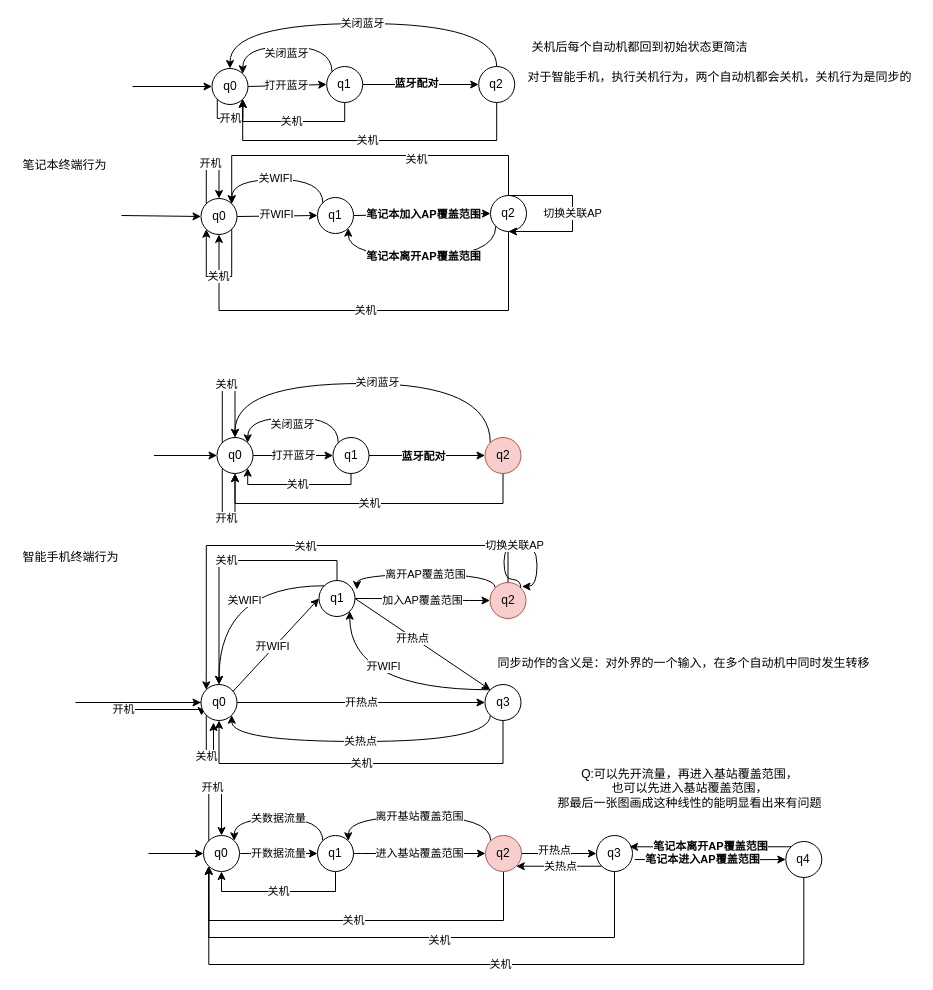
Above: page "方法四：有限状态机" (1 of 8) of 时间自动机.drawio in Icarus1994/neutron_conf (draw.io), before the change. Source tidied: cells renumbered, new cells numbered last; positions are measured from the earlier drawing's top-left corner, leaving out a move shared by most shapes. Both pictures are drawn from the tidied source at 100%, with x=0, y=0 at pixel (17, 23).
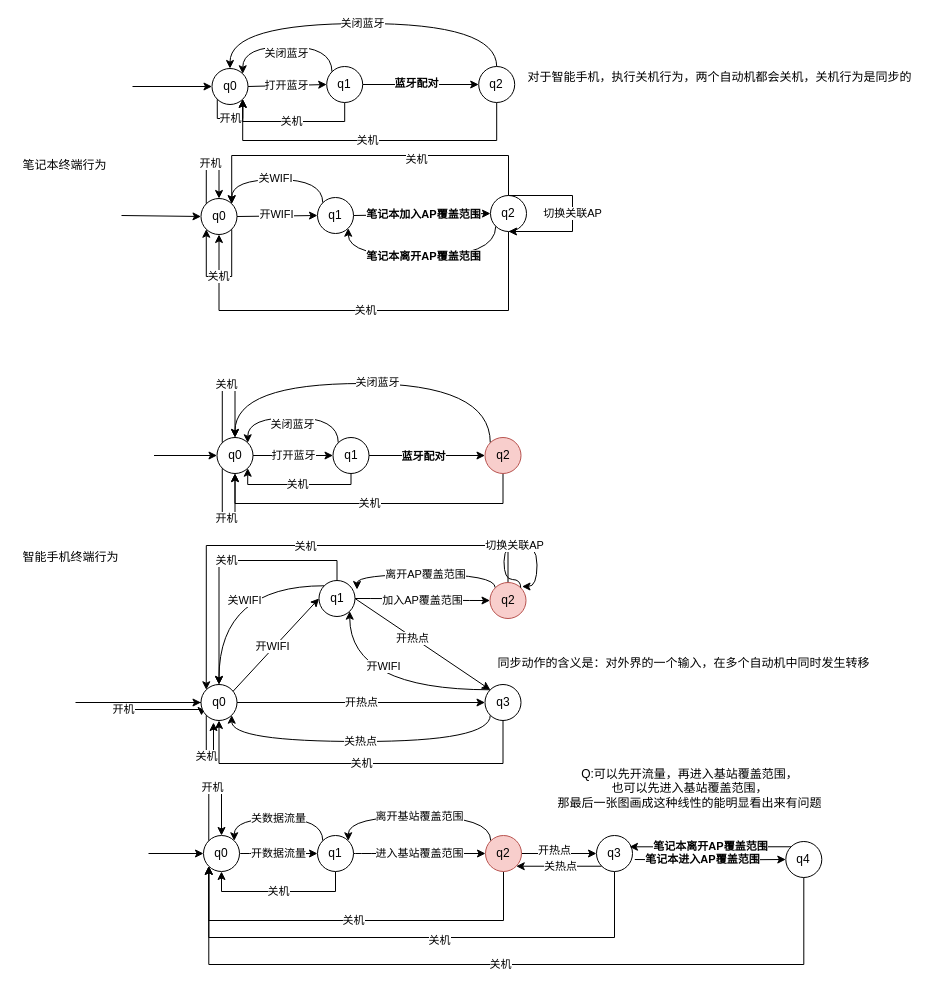
The same page after the edit.

Commit message:
Update 时间自动机.drawio

Diff of the diagram source:
```diff
@@
-    <mxCell id="77" value="关机后每个自动机都回到初始状态更简洁" style="text;html=1;align=center;verticalAlign=middle;" parent="1" vertex="1">
-      <mxGeometry x="509" y="15" width="226" height="18" as="geometry" />
-    </mxCell>
```
